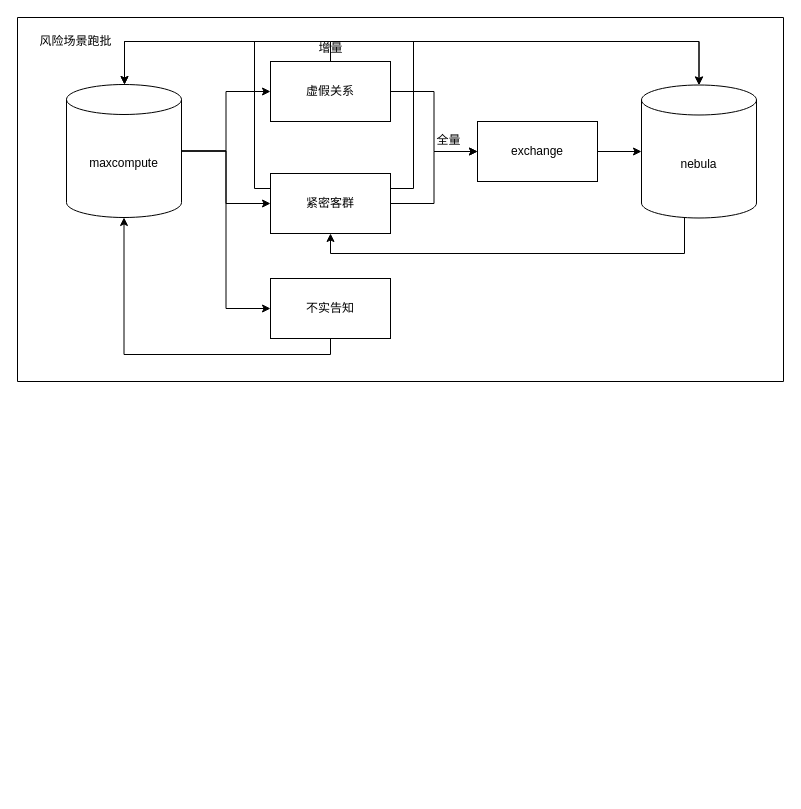
The draw.io diagram page "Page-2" (2 of 4) of 友邦/友邦事中数据流.drawio in XiaoLiuAI/diagrams, before the edit. Source tidied: cells renumbered, new cells numbered last; positions are measured from the earlier drawing's top-left corner, leaving out a move shared by most shapes. Both pictures are drawn from the tidied source at 100%, with x=0, y=0 at pixel (17, 17).
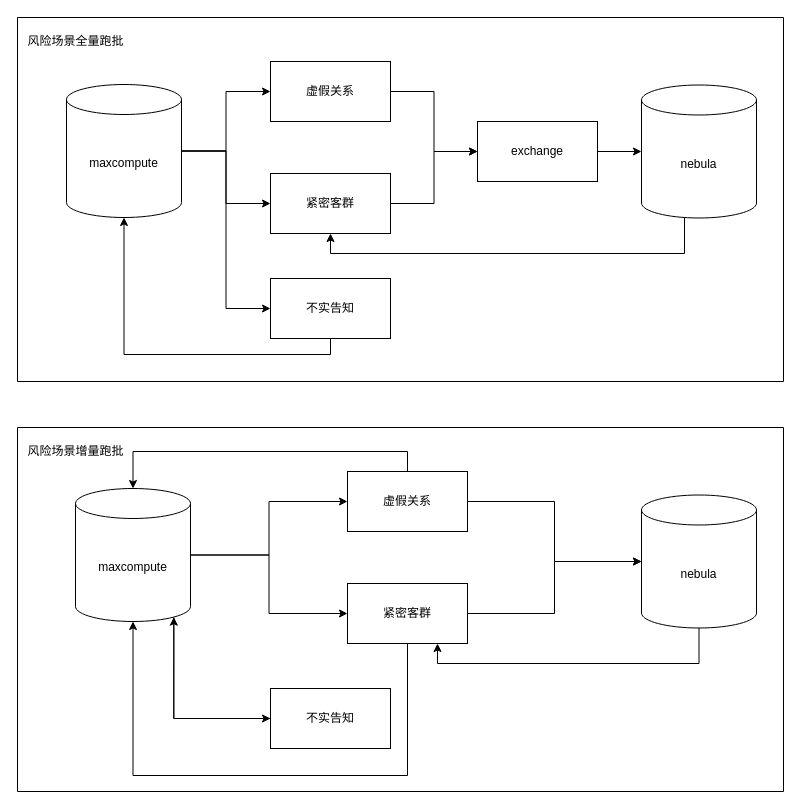
After the change.

Commit message:
Update 友邦事中数据流.drawio

The change refers to these unchanged cells:
```xml
<mxCell id="2" style="swimlane;startSize=0;" parent="1" vertex="1">
  <mxGeometry width="766" height="364" as="geometry" />
</mxCell>
<mxCell id="6" value="maxcompute" style="shape=cylinder3;whiteSpace=wrap;html=1;boundedLbl=1;backgroundOutline=1;size=15;" parent="2" vertex="1">
  <mxGeometry x="49" y="67" width="115" height="133" as="geometry" />
</mxCell>
<mxCell id="8" value="虚假关系" style="rounded=0;whiteSpace=wrap;html=1;" parent="2" vertex="1">
  <mxGeometry x="253" y="44" width="120" height="60" as="geometry" />
</mxCell>
<mxCell id="10" value="紧密客群" style="rounded=0;whiteSpace=wrap;html=1;" parent="2" vertex="1">
  <mxGeometry x="253" y="156" width="120" height="60" as="geometry" />
</mxCell>
<mxCell id="15" value="nebula" style="shape=cylinder3;whiteSpace=wrap;html=1;boundedLbl=1;backgroundOutline=1;size=15;" parent="2" vertex="1">
  <mxGeometry x="624" y="67.5" width="115" height="133" as="geometry" />
</mxCell>
```

The edit, as a diff of the source:
```diff
@@
-    <mxCell id="3" value="风险场景跑批" style="text;html=1;align=center;verticalAlign=middle;strokeColor=none;fillColor=none;" parent="2" vertex="1">
-      <mxGeometry x="13" y="11" width="90" height="26" as="geometry" />
+    <mxCell id="3" value="风险场景全量跑批" style="text;html=1;align=center;verticalAlign=middle;strokeColor=none;fillColor=none;" parent="2" vertex="1">
+      <mxGeometry x="1" y="11" width="114" height="26" as="geometry" />
     </mxCell>
@@
-    <mxCell id="18" value="全量" style="text;html=1;align=center;verticalAlign=middle;strokeColor=none;fillColor=none;" parent="2" vertex="1">
-      <mxGeometry x="410" y="110" width="42" height="26" as="geometry" />
-    </mxCell>
-    <mxCell id="19" style="edgeStyle=orthogonalEdgeStyle;rounded=0;jettySize=auto;html=1;" parent="2" edge="1" target="6">
-      <mxGeometry relative="1" as="geometry">
-        <mxPoint x="313" y="42" as="sourcePoint" />
-        <Array as="points">
-          <mxPoint x="313" y="24" />
-          <mxPoint x="107" y="24" />
-        </Array>
-      </mxGeometry>
-    </mxCell>
-    <mxCell id="20" style="edgeStyle=orthogonalEdgeStyle;rounded=0;jettySize=auto;html=1;exitX=0.5;exitY=0;exitDx=0;exitDy=0;entryX=0.5;entryY=0;entryDx=0;entryDy=0;entryPerimeter=0;" parent="2" edge="1" source="8" target="15">
-      <mxGeometry relative="1" as="geometry">
-        <Array as="points">
-          <mxPoint x="313" y="24" />
-          <mxPoint x="682" y="24" />
-        </Array>
-      </mxGeometry>
-    </mxCell>
-    <mxCell id="21" value="增量" style="text;html=1;align=center;verticalAlign=middle;strokeColor=none;fillColor=none;" parent="2" vertex="1">
-      <mxGeometry x="292" y="18" width="42" height="26" as="geometry" />
-    </mxCell>
-    <mxCell id="22" style="edgeStyle=orthogonalEdgeStyle;rounded=0;jettySize=auto;html=1;exitX=0;exitY=0.25;exitDx=0;exitDy=0;" parent="2" edge="1" source="10" target="6">
-      <mxGeometry relative="1" as="geometry">
-        <Array as="points">
-          <mxPoint x="237" y="171" />
-          <mxPoint x="237" y="24" />
-          <mxPoint x="107" y="24" />
-        </Array>
-      </mxGeometry>
-    </mxCell>
-    <mxCell id="23" style="edgeStyle=orthogonalEdgeStyle;rounded=0;jettySize=auto;html=1;exitX=1;exitY=0.25;exitDx=0;exitDy=0;entryX=0.5;entryY=0;entryDx=0;entryDy=0;entryPerimeter=0;" parent="2" edge="1" source="10" target="15">
-      <mxGeometry relative="1" as="geometry">
-        <Array as="points">
-          <mxPoint x="396" y="171" />
-          <mxPoint x="396" y="24" />
-          <mxPoint x="682" y="24" />
-        </Array>
-      </mxGeometry>
-    </mxCell>
+    <mxCell id="24" style="swimlane;startSize=0;" parent="1" vertex="1">
+      <mxGeometry y="410" width="766" height="364" as="geometry" />
+    </mxCell>
+    <mxCell id="25" value="风险场景增量跑批" style="text;html=1;align=center;verticalAlign=middle;strokeColor=none;fillColor=none;" parent="24" vertex="1">
+      <mxGeometry x="1" y="11" width="114" height="26" as="geometry" />
+    </mxCell>
+    <mxCell id="26" style="edgeStyle=orthogonalEdgeStyle;rounded=0;jettySize=auto;html=1;exitX=1;exitY=0.5;exitDx=0;exitDy=0;exitPerimeter=0;" parent="24" edge="1" source="28" target="30">
+      <mxGeometry relative="1" as="geometry" />
+    </mxCell>
+    <mxCell id="27" style="edgeStyle=orthogonalEdgeStyle;rounded=0;jettySize=auto;html=1;entryX=0;entryY=0.5;entryDx=0;entryDy=0;exitX=0.855;exitY=1;exitDx=0;exitDy=-4.35;exitPerimeter=0;" parent="24" edge="1" source="28" target="36">
+      <mxGeometry relative="1" as="geometry">
+        <Array as="points">
+          <mxPoint x="156" y="291" />
+        </Array>
+      </mxGeometry>
+    </mxCell>
+    <mxCell id="28" value="maxcompute" style="shape=cylinder3;whiteSpace=wrap;html=1;boundedLbl=1;backgroundOutline=1;size=15;" parent="24" vertex="1">
+      <mxGeometry x="58" y="61" width="115" height="133" as="geometry" />
+    </mxCell>
+    <mxCell id="29" style="edgeStyle=orthogonalEdgeStyle;rounded=0;jettySize=auto;html=1;exitX=1;exitY=0.5;exitDx=0;exitDy=0;" parent="24" edge="1" source="30" target="35">
+      <mxGeometry relative="1" as="geometry" />
+    </mxCell>
+    <mxCell id="30" value="虚假关系" style="rounded=0;whiteSpace=wrap;html=1;" parent="24" vertex="1">
+      <mxGeometry x="330" y="44" width="120" height="60" as="geometry" />
+    </mxCell>
+    <mxCell id="31" style="edgeStyle=orthogonalEdgeStyle;rounded=0;jettySize=auto;html=1;exitX=1;exitY=0.5;exitDx=0;exitDy=0;" parent="24" edge="1" source="32" target="35">
+      <mxGeometry relative="1" as="geometry" />
+    </mxCell>
+    <mxCell id="32" value="紧密客群" style="rounded=0;whiteSpace=wrap;html=1;" parent="24" vertex="1">
+      <mxGeometry x="330" y="156" width="120" height="60" as="geometry" />
+    </mxCell>
+    <mxCell id="33" style="edgeStyle=orthogonalEdgeStyle;rounded=0;jettySize=auto;html=1;exitX=1;exitY=0.5;exitDx=0;exitDy=0;exitPerimeter=0;entryX=0;entryY=0.5;entryDx=0;entryDy=0;" parent="24" edge="1" source="28" target="32">
+      <mxGeometry relative="1" as="geometry" />
+    </mxCell>
+    <mxCell id="34" style="edgeStyle=orthogonalEdgeStyle;rounded=0;jettySize=auto;html=1;exitX=0.5;exitY=1;exitDx=0;exitDy=0;exitPerimeter=0;entryX=0.75;entryY=1;entryDx=0;entryDy=0;" parent="24" edge="1" source="35" target="32">
+      <mxGeometry relative="1" as="geometry" />
+    </mxCell>
+    <mxCell id="35" value="nebula" style="shape=cylinder3;whiteSpace=wrap;html=1;boundedLbl=1;backgroundOutline=1;size=15;" parent="24" vertex="1">
+      <mxGeometry x="624" y="67.5" width="115" height="133" as="geometry" />
+    </mxCell>
+    <mxCell id="36" value="不实告知" style="whiteSpace=wrap;html=1;" parent="24" vertex="1">
+      <mxGeometry x="253" y="261" width="120" height="60" as="geometry" />
+    </mxCell>
+    <mxCell id="37" style="edgeStyle=orthogonalEdgeStyle;rounded=0;jettySize=auto;html=1;exitX=0.5;exitY=0;exitDx=0;exitDy=0;entryX=0.5;entryY=0;entryDx=0;entryDy=0;entryPerimeter=0;" parent="24" edge="1" source="30" target="28">
+      <mxGeometry relative="1" as="geometry" />
+    </mxCell>
+    <mxCell id="38" style="edgeStyle=orthogonalEdgeStyle;rounded=0;jettySize=auto;html=1;exitX=0.5;exitY=1;exitDx=0;exitDy=0;entryX=0.5;entryY=1;entryDx=0;entryDy=0;entryPerimeter=0;" parent="24" edge="1" source="32" target="28">
+      <mxGeometry relative="1" as="geometry">
+        <Array as="points">
+          <mxPoint x="390" y="348" />
+          <mxPoint x="116" y="348" />
+        </Array>
+      </mxGeometry>
+    </mxCell>
+    <mxCell id="39" style="edgeStyle=orthogonalEdgeStyle;rounded=0;jettySize=auto;html=1;exitX=0;exitY=0.5;exitDx=0;exitDy=0;entryX=0.855;entryY=1;entryDx=0;entryDy=-4.35;entryPerimeter=0;" parent="24" edge="1" source="36" target="28">
+      <mxGeometry relative="1" as="geometry" />
+    </mxCell>
```
